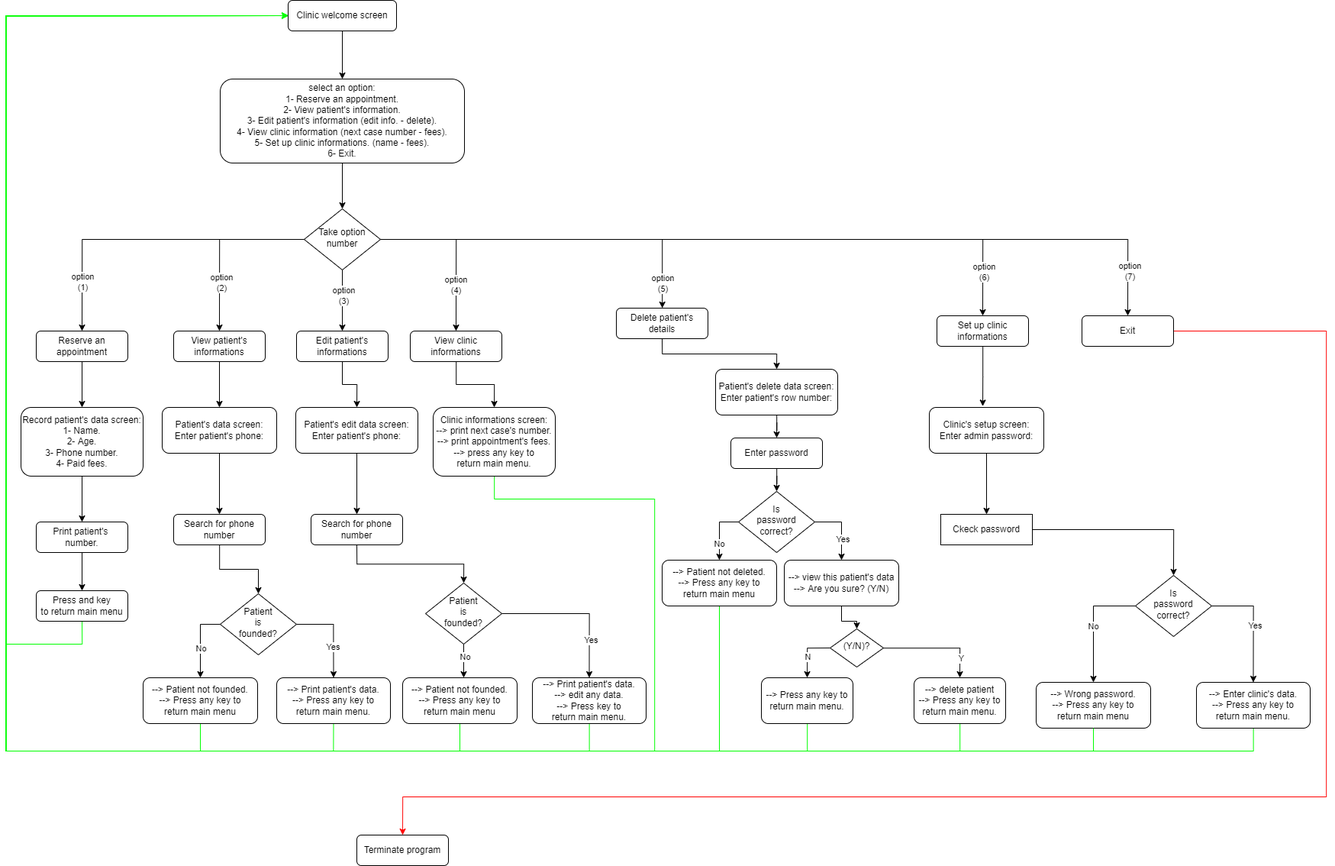
Mohamed-yasser-eisa/C-programming keeps this draw.io diagram as projects/clinic_reservation_system/bin/clinic_reservation_system.drawio.png. Above is the earlier version. Source tidied: cells renumbered, new cells last; positions are measured from the earlier drawing's top-left corner, leaving out a move shared by most shapes.
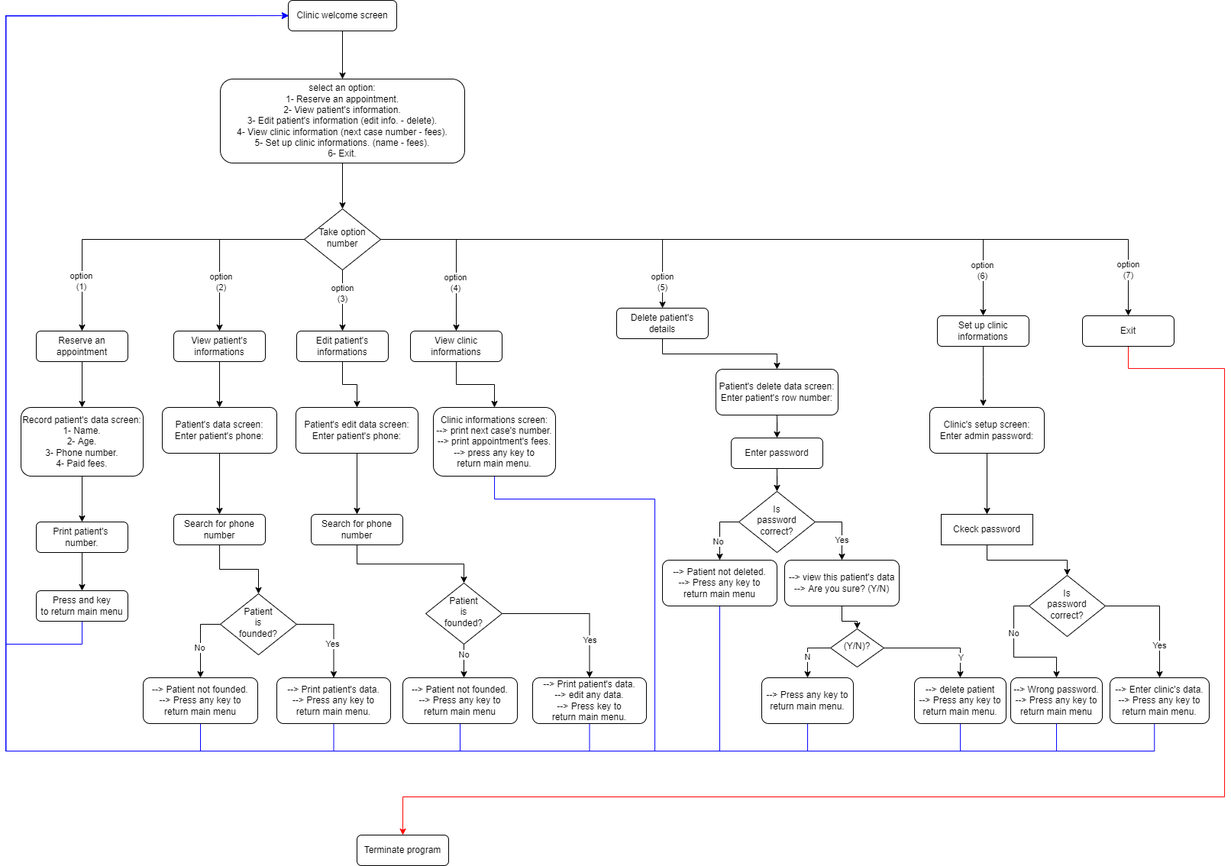
Above is the later version.

Diff of the diagram source:
```diff
@@ -118,11 +118,12 @@
     <mxCell id="35" value="View clinic&lt;br&gt;informations" style="rounded=1;whiteSpace=wrap;html=1;fontSize=12;glass=0;strokeWidth=1;shadow=0;" parent="1" vertex="1">
       <mxGeometry x="530" y="433" width="120" height="40" as="geometry" />
     </mxCell>
-    <mxCell id="36" style="edgeStyle=orthogonalEdgeStyle;rounded=0;jettySize=auto;html=1;entryX=0.5;entryY=0;entryDx=0;entryDy=0;strokeColor=#FF0000;" parent="1" edge="1" source="37" target="79">
+    <mxCell id="36" style="edgeStyle=orthogonalEdgeStyle;rounded=0;jettySize=auto;html=1;entryX=0.5;entryY=0;entryDx=0;entryDy=0;strokeColor=#FF0000;exitX=0.5;exitY=1;exitDx=0;exitDy=0;" parent="1" edge="1" source="37" target="79">
       <mxGeometry relative="1" as="geometry">
         <Array as="points">
-          <mxPoint x="1730" y="433" />
-          <mxPoint x="1730" y="1043" />
+          <mxPoint x="1470" y="482" />
+          <mxPoint x="1596" y="482" />
+          <mxPoint x="1596" y="1043" />
           <mxPoint x="520" y="1043" />
         </Array>
       </mxGeometry>
@@ -142,7 +143,7 @@
     <mxCell id="41" value="Print patient's&amp;nbsp;&lt;br&gt;number." style="rounded=1;whiteSpace=wrap;html=1;fontSize=12;glass=0;strokeWidth=1;shadow=0;" parent="1" vertex="1">
       <mxGeometry x="40" y="683" width="120" height="40" as="geometry" />
     </mxCell>
-    <mxCell id="42" style="edgeStyle=orthogonalEdgeStyle;rounded=0;jettySize=auto;html=1;entryX=0;entryY=0.5;entryDx=0;entryDy=0;exitX=0.5;exitY=1;exitDx=0;exitDy=0;strokeColor=#00FF00;" parent="1" edge="1" source="43" target="3">
+    <mxCell id="42" style="edgeStyle=orthogonalEdgeStyle;rounded=0;jettySize=auto;html=1;entryX=0;entryY=0.5;entryDx=0;entryDy=0;exitX=0.5;exitY=1;exitDx=0;exitDy=0;strokeColor=#0000FF;" parent="1" edge="1" source="43" target="3">
       <mxGeometry relative="1" as="geometry">
         <Array as="points">
           <mxPoint x="100" y="843" />
@@ -160,7 +161,7 @@
     <mxCell id="45" value="Patient's data screen:&lt;br&gt;Enter patient's phone:" style="rounded=1;whiteSpace=wrap;html=1;fontSize=12;glass=0;strokeWidth=1;shadow=0;" parent="1" vertex="1">
       <mxGeometry x="205" y="533" width="150" height="60" as="geometry" />
     </mxCell>
-    <mxCell id="46" style="edgeStyle=orthogonalEdgeStyle;rounded=0;jettySize=auto;html=1;entryX=0;entryY=0.5;entryDx=0;entryDy=0;strokeColor=#00FF00;" parent="1" edge="1" source="47" target="3">
+    <mxCell id="46" style="edgeStyle=orthogonalEdgeStyle;rounded=0;jettySize=auto;html=1;entryX=0;entryY=0.5;entryDx=0;entryDy=0;strokeColor=#0000FF;" parent="1" edge="1" source="47" target="3">
       <mxGeometry relative="1" as="geometry">
         <Array as="points">
           <mxPoint x="255" y="983" />
@@ -172,7 +173,7 @@
     <mxCell id="47" value="--&amp;gt; Patient not founded.&lt;br&gt;--&amp;gt; Press any key to&lt;br&gt;return main menu" style="rounded=1;whiteSpace=wrap;html=1;fontSize=12;glass=0;strokeWidth=1;shadow=0;" parent="1" vertex="1">
       <mxGeometry x="180" y="887" width="150" height="60" as="geometry" />
     </mxCell>
-    <mxCell id="48" style="edgeStyle=orthogonalEdgeStyle;rounded=0;jettySize=auto;html=1;entryX=0;entryY=0.5;entryDx=0;entryDy=0;strokeColor=#00FF00;exitX=0.5;exitY=1;exitDx=0;exitDy=0;" parent="1" edge="1" source="49" target="3">
+    <mxCell id="48" style="edgeStyle=orthogonalEdgeStyle;rounded=0;jettySize=auto;html=1;entryX=0;entryY=0.5;entryDx=0;entryDy=0;strokeColor=#0000FF;exitX=0.5;exitY=1;exitDx=0;exitDy=0;" parent="1" edge="1" source="49" target="3">
       <mxGeometry relative="1" as="geometry">
         <Array as="points">
           <mxPoint x="430" y="983" />
@@ -226,7 +227,7 @@
     <mxCell id="60" value="Patient&lt;br&gt;is&lt;br&gt;founded?" style="rhombus;whiteSpace=wrap;html=1;shadow=0;fontFamily=Helvetica;fontSize=12;align=center;strokeWidth=1;spacing=6;spacingTop=-4;" parent="1" vertex="1">
       <mxGeometry x="550" y="763" width="100" height="80" as="geometry" />
     </mxCell>
-    <mxCell id="61" style="edgeStyle=orthogonalEdgeStyle;rounded=0;jettySize=auto;html=1;entryX=0;entryY=0.5;entryDx=0;entryDy=0;strokeColor=#00FF00;" parent="1" edge="1" source="62" target="3">
+    <mxCell id="61" style="edgeStyle=orthogonalEdgeStyle;rounded=0;jettySize=auto;html=1;entryX=0;entryY=0.5;entryDx=0;entryDy=0;strokeColor=#0000FF;" parent="1" edge="1" source="62" target="3">
       <mxGeometry relative="1" as="geometry">
         <Array as="points">
           <mxPoint x="595" y="983" />
@@ -238,7 +239,7 @@
     <mxCell id="62" value="--&amp;gt; Patient not founded.&lt;br&gt;--&amp;gt; Press any key to&lt;br&gt;return main menu" style="rounded=1;whiteSpace=wrap;html=1;fontSize=12;glass=0;strokeWidth=1;shadow=0;" parent="1" vertex="1">
       <mxGeometry x="520" y="887" width="150" height="60" as="geometry" />
     </mxCell>
-    <mxCell id="63" style="edgeStyle=orthogonalEdgeStyle;rounded=0;jettySize=auto;html=1;entryX=0;entryY=0.5;entryDx=0;entryDy=0;strokeColor=#00FF00;" parent="1" edge="1" source="64" target="3">
+    <mxCell id="63" style="edgeStyle=orthogonalEdgeStyle;rounded=0;jettySize=auto;html=1;entryX=0;entryY=0.5;entryDx=0;entryDy=0;strokeColor=#0000FF;" parent="1" edge="1" source="64" target="3">
       <mxGeometry relative="1" as="geometry">
         <Array as="points">
           <mxPoint x="764" y="983" />
@@ -250,7 +251,7 @@
     <mxCell id="64" value="--&amp;gt; Print patient's data.&lt;br&gt;--&amp;gt; edit any data.&lt;br&gt;--&amp;gt; Press key to&lt;br&gt;return main menu." style="rounded=1;whiteSpace=wrap;html=1;fontSize=12;glass=0;strokeWidth=1;shadow=0;" parent="1" vertex="1">
       <mxGeometry x="690" y="887" width="149" height="60" as="geometry" />
     </mxCell>
-    <mxCell id="65" style="edgeStyle=orthogonalEdgeStyle;rounded=0;jettySize=auto;html=1;entryX=0;entryY=0.5;entryDx=0;entryDy=0;strokeColor=#00FF00;" parent="1" edge="1" source="66" target="3">
+    <mxCell id="65" style="edgeStyle=orthogonalEdgeStyle;rounded=0;jettySize=auto;html=1;entryX=0;entryY=0.5;entryDx=0;entryDy=0;strokeColor=#0000FF;" parent="1" edge="1" source="66" target="3">
       <mxGeometry relative="1" as="geometry">
         <Array as="points">
           <mxPoint x="640" y="653" />
@@ -277,36 +278,38 @@
       <mxGeometry x="1225" y="673" width="120" height="40" as="geometry" />
     </mxCell>
     <mxCell id="71" value="--&amp;gt; Wrong password.&lt;br&gt;--&amp;gt; Press any key to&lt;br&gt;return main menu" style="rounded=1;whiteSpace=wrap;html=1;fontSize=12;glass=0;strokeWidth=1;shadow=0;" parent="1" vertex="1">
-      <mxGeometry x="1350" y="893" width="150" height="60" as="geometry" />
+      <mxGeometry x="1316" y="887" width="120" height="60" as="geometry" />
     </mxCell>
-    <mxCell id="72" style="edgeStyle=orthogonalEdgeStyle;rounded=0;jettySize=auto;html=1;entryX=0;entryY=0.5;entryDx=0;entryDy=0;strokeColor=#00FF00;" parent="1" edge="1" source="73" target="3">
+    <mxCell id="72" style="edgeStyle=orthogonalEdgeStyle;rounded=0;jettySize=auto;html=1;entryX=0;entryY=0.5;entryDx=0;entryDy=0;strokeColor=#0000FF;exitX=0.448;exitY=0.997;exitDx=0;exitDy=0;exitPerimeter=0;" parent="1" edge="1" source="73" target="3">
       <mxGeometry relative="1" as="geometry">
         <Array as="points">
-          <mxPoint x="1635" y="983" />
+          <mxPoint x="1504" y="983" />
           <mxPoint y="983" />
           <mxPoint y="20" />
         </Array>
       </mxGeometry>
     </mxCell>
     <mxCell id="73" value="--&amp;gt; Enter clinic's data.&lt;br&gt;--&amp;gt; Press any key to&lt;br&gt;return main menu." style="rounded=1;whiteSpace=wrap;html=1;fontSize=12;glass=0;strokeWidth=1;shadow=0;" parent="1" vertex="1">
-      <mxGeometry x="1560" y="893" width="149" height="60" as="geometry" />
+      <mxGeometry x="1446" y="887" width="130" height="60" as="geometry" />
     </mxCell>
     <mxCell id="74" style="edgeStyle=orthogonalEdgeStyle;rounded=0;jettySize=auto;html=1;entryX=0.5;entryY=0;entryDx=0;entryDy=0;exitX=0;exitY=0.5;exitDx=0;exitDy=0;" parent="1" edge="1" source="78" target="71">
       <mxGeometry relative="1" as="geometry" />
     </mxCell>
     <mxCell id="75" value="No" style="edgeLabel;html=1;align=center;verticalAlign=middle;" parent="74" vertex="1">
-      <mxGeometry x="0.06" y="-2" relative="1" as="geometry" />
+      <mxGeometry x="0.06" y="-2" relative="1" as="geometry">
+        <mxPoint x="-3" y="-34" as="offset" />
+      </mxGeometry>
     </mxCell>
     <mxCell id="76" style="edgeStyle=orthogonalEdgeStyle;rounded=0;jettySize=auto;html=1;entryX=0.5;entryY=0;entryDx=0;entryDy=0;exitX=1;exitY=0.5;exitDx=0;exitDy=0;" parent="1" edge="1" source="78" target="73">
       <mxGeometry relative="1" as="geometry" />
     </mxCell>
     <mxCell id="77" value="Yes" style="edgeLabel;html=1;align=center;verticalAlign=middle;" parent="76" vertex="1">
       <mxGeometry x="0.02" relative="1" as="geometry">
-        <mxPoint y="-1" as="offset" />
+        <mxPoint y="38" as="offset" />
       </mxGeometry>
     </mxCell>
     <mxCell id="78" value="Is&lt;br&gt;password&lt;br&gt;correct?" style="rhombus;whiteSpace=wrap;html=1;shadow=0;fontFamily=Helvetica;fontSize=12;align=center;strokeWidth=1;spacing=6;spacingTop=-4;" parent="1" vertex="1">
-      <mxGeometry x="1480" y="753" width="100" height="80" as="geometry" />
+      <mxGeometry x="1340" y="753" width="100" height="80" as="geometry" />
     </mxCell>
     <mxCell id="79" value="Terminate program" style="rounded=1;whiteSpace=wrap;html=1;fontSize=12;glass=0;strokeWidth=1;shadow=0;" parent="1" vertex="1">
       <mxGeometry x="460" y="1093" width="120" height="40" as="geometry" />
@@ -344,10 +347,10 @@
     <mxCell id="90" value="Is&lt;br&gt;password&lt;br&gt;correct?" style="rhombus;whiteSpace=wrap;html=1;shadow=0;fontFamily=Helvetica;fontSize=12;align=center;strokeWidth=1;spacing=6;spacingTop=-4;" parent="1" vertex="1">
       <mxGeometry x="960" y="643" width="100" height="80" as="geometry" />
     </mxCell>
-    <mxCell id="91" style="edgeStyle=orthogonalEdgeStyle;rounded=0;jettySize=auto;html=1;entryX=0;entryY=0.5;entryDx=0;entryDy=0;strokeColor=#00FF00;exitX=0.5;exitY=1;exitDx=0;exitDy=0;" parent="1" edge="1" source="71" target="3">
+    <mxCell id="91" style="edgeStyle=orthogonalEdgeStyle;rounded=0;jettySize=auto;html=1;entryX=0;entryY=0.5;entryDx=0;entryDy=0;strokeColor=#0000FF;exitX=0.5;exitY=1;exitDx=0;exitDy=0;" parent="1" edge="1" source="71" target="3">
       <mxGeometry relative="1" as="geometry">
         <Array as="points">
-          <mxPoint x="1425" y="983" />
+          <mxPoint x="1376" y="983" />
           <mxPoint y="983" />
           <mxPoint y="20" />
         </Array>
@@ -359,7 +362,7 @@
     <mxCell id="93" value="--&amp;gt; view this patient's data&lt;br&gt;--&amp;gt; Are you sure? (Y/N)" style="rounded=1;whiteSpace=wrap;html=1;fontSize=12;glass=0;strokeWidth=1;shadow=0;" parent="1" vertex="1">
       <mxGeometry x="1020" y="733" width="150" height="60" as="geometry" />
     </mxCell>
-    <mxCell id="94" style="edgeStyle=orthogonalEdgeStyle;rounded=0;jettySize=auto;html=1;entryX=0;entryY=0.5;entryDx=0;entryDy=0;strokeColor=#00FF00;" parent="1" edge="1" source="95" target="3">
+    <mxCell id="94" style="edgeStyle=orthogonalEdgeStyle;rounded=0;jettySize=auto;html=1;entryX=0;entryY=0.5;entryDx=0;entryDy=0;strokeColor=#0000FF;" parent="1" edge="1" source="95" target="3">
       <mxGeometry relative="1" as="geometry">
         <Array as="points">
           <mxPoint x="935" y="983" />
@@ -388,7 +391,7 @@
     <mxCell id="100" value="(Y/N)?" style="rhombus;whiteSpace=wrap;html=1;shadow=0;fontFamily=Helvetica;fontSize=12;align=center;strokeWidth=1;spacing=6;spacingTop=-4;" parent="1" vertex="1">
       <mxGeometry x="1080" y="823" width="70" height="50" as="geometry" />
     </mxCell>
-    <mxCell id="101" style="edgeStyle=orthogonalEdgeStyle;rounded=0;jettySize=auto;html=1;entryX=0;entryY=0.5;entryDx=0;entryDy=0;strokeColor=#00FF00;" parent="1" edge="1" source="102" target="3">
+    <mxCell id="101" style="edgeStyle=orthogonalEdgeStyle;rounded=0;jettySize=auto;html=1;entryX=0;entryY=0.5;entryDx=0;entryDy=0;strokeColor=#0000FF;" parent="1" edge="1" source="102" target="3">
       <mxGeometry relative="1" as="geometry">
         <Array as="points">
           <mxPoint x="1250" y="983" />
@@ -400,7 +403,7 @@
     <mxCell id="102" value="--&amp;gt; delete patient&lt;br&gt;--&amp;gt; Press any key to&lt;br&gt;return main menu." style="rounded=1;whiteSpace=wrap;html=1;fontSize=12;glass=0;strokeWidth=1;shadow=0;" parent="1" vertex="1">
       <mxGeometry x="1190" y="887" width="120" height="60" as="geometry" />
     </mxCell>
-    <mxCell id="103" style="edgeStyle=orthogonalEdgeStyle;rounded=0;jettySize=auto;html=1;strokeColor=#00FF00;entryX=0;entryY=0.5;entryDx=0;entryDy=0;" parent="1" edge="1" source="104" target="3">
+    <mxCell id="103" style="edgeStyle=orthogonalEdgeStyle;rounded=0;jettySize=auto;html=1;strokeColor=#0000FF;entryX=0;entryY=0.5;entryDx=0;entryDy=0;" parent="1" edge="1" source="104" target="3">
       <mxGeometry relative="1" as="geometry">
         <Array as="points">
           <mxPoint x="1050" y="983" />
```
